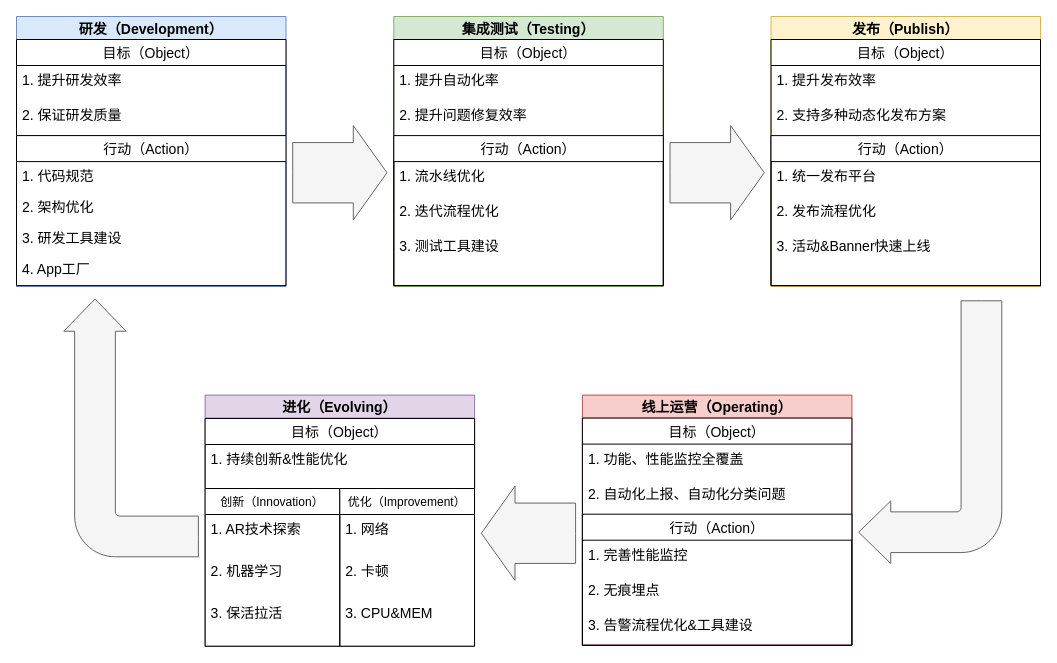
Before: 体系建设.drawio in wangziji/graphics, a draw.io diagram. Source tidied: cells renumbered, new cells numbered last; positions are measured from the earlier drawing's top-left corner, leaving out a move shared by most shapes. Both pictures are drawn from the tidied source at 100%, with x=0, y=0 at pixel (2, 16).
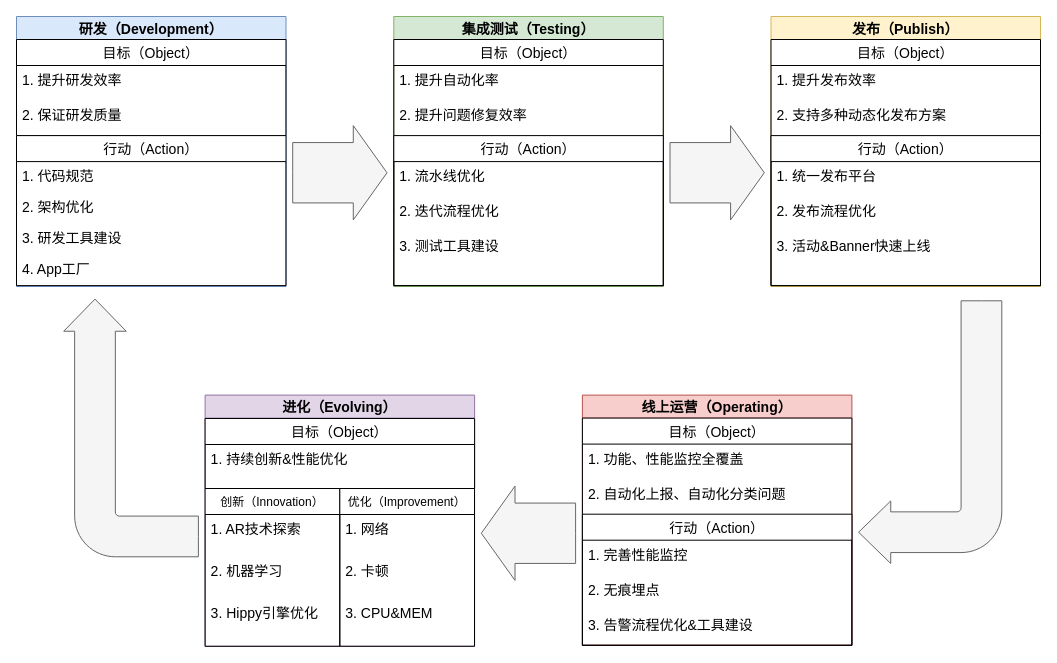
The same diagram, later.

Unchanged cells that the change refers to:
```xml
<mxCell id="39" value="创新（Innovation）" style="swimlane;fontStyle=0;horizontal=1;startSize=26;fontFamily=腾讯体;fontSize=12;" parent="38" vertex="1">
  <mxGeometry width="134.7" height="157.7" as="geometry" />
</mxCell>
```

Diff of the diagram source:
```diff
@@
-    <mxCell id="42" value="3. 保活拉活" style="text;strokeColor=none;fillColor=none;align=left;verticalAlign=top;spacingLeft=4;spacingRight=4;overflow=hidden;fontFamily=腾讯体;fontSize=14;" parent="39" vertex="1">
+    <mxCell id="42" value="3. Hippy引擎优化" style="text;strokeColor=none;fillColor=none;align=left;verticalAlign=top;spacingLeft=4;spacingRight=4;overflow=hidden;fontFamily=腾讯体;fontSize=14;" parent="39" vertex="1">
       <mxGeometry y="110.2" width="134.7" height="47.5" as="geometry" />
     </mxCell>
```
